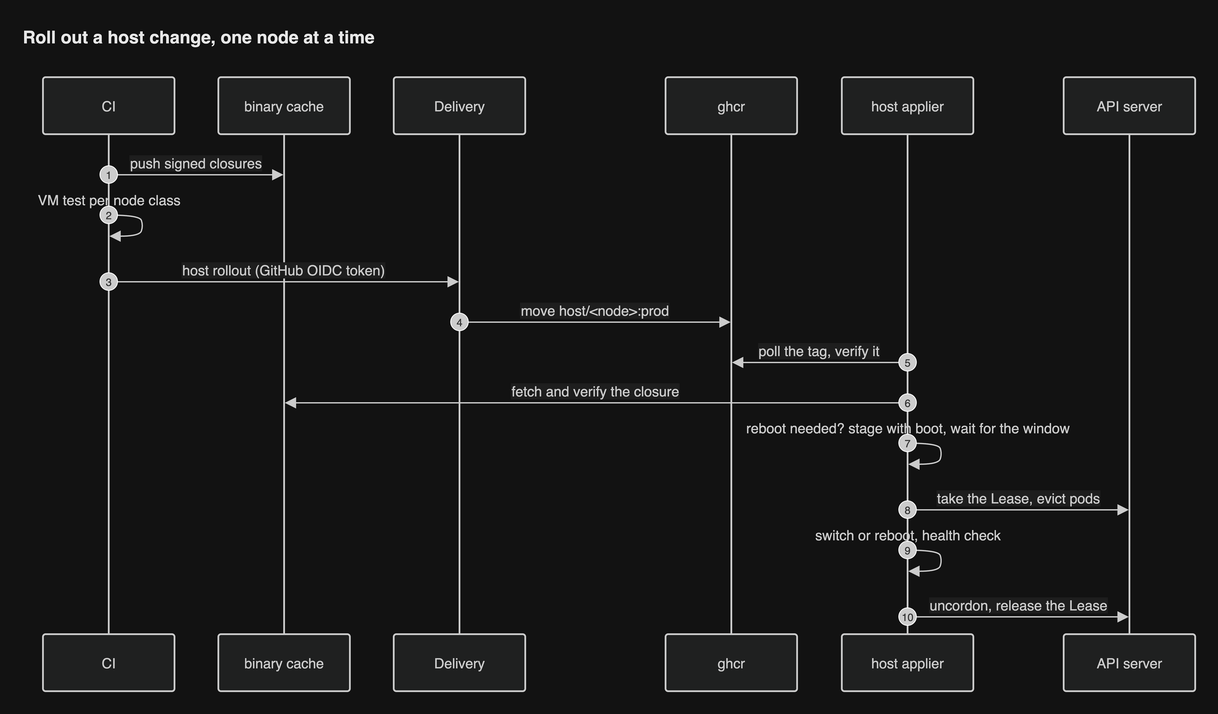
Earlier version of the draw.io export docs/diagrams/png/seq-host-rollout.png (JorisJonkers-dev/estate-kit). Source tidied: cells renumbered, new cells last; positions are measured from the earlier drawing's top-left corner, leaving out a move shared by most shapes.
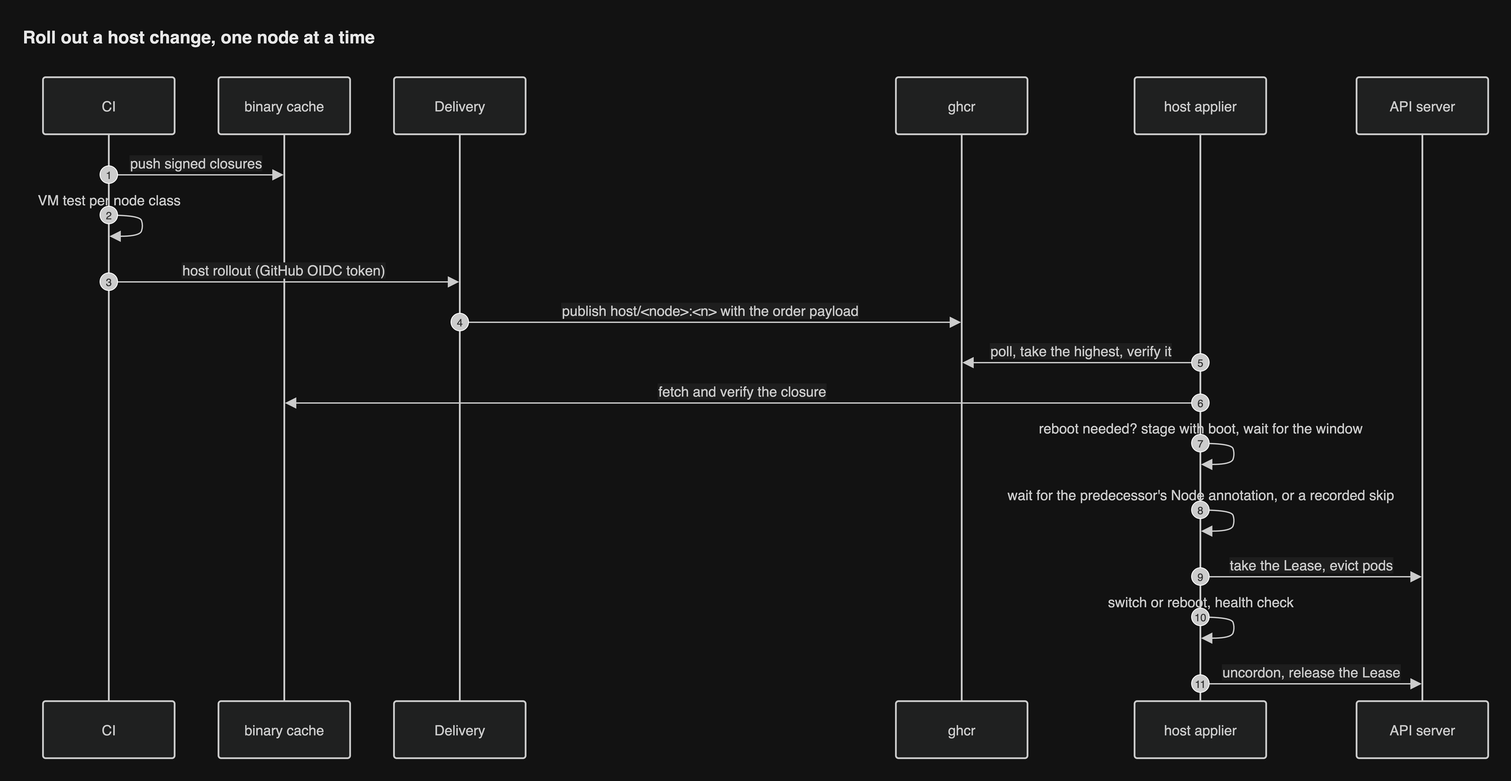
After the commit.

What changed in the source:
```diff
@@ -3,22 +3,22 @@
     <mxCell id="0" />
     <mxCell id="1" parent="0" />
     <mxCell id="2" value="CI" style="html=1;shape=umlLifeline;perimeter=lifelinePerimeter;whiteSpace=wrap;outlineConnect=0;portConstraint=eastwest;newEdgeStyle={&quot;edgeStyle&quot;:&quot;sequenceEdgeStyle&quot;,&quot;libavoidRouting&quot;:0,&quot;curved&quot;:0,&quot;rounded&quot;:0};lifelineDashed=0;strokeWidth=2;rounded=1;absoluteArcSize=1;arcSize=6;lifelineColor=light-dark(#9370DB,#cccccc);size=65;lifelineMirror=1;fillColor=light-dark(#ECECFF,#1f2020);strokeColor=light-dark(#9370DB,#cccccc);fontColor=light-dark(#333333,#cccccc);fontSize=16;fontFamily=Helvetica;" parent="1" vertex="1">
-      <mxGeometry x="25" y="64" width="150" height="700" as="geometry" />
+      <mxGeometry x="25" y="64" width="150" height="776" as="geometry" />
     </mxCell>
     <mxCell id="3" value="binary cache" style="html=1;shape=umlLifeline;perimeter=lifelinePerimeter;whiteSpace=wrap;outlineConnect=0;portConstraint=eastwest;newEdgeStyle={&quot;edgeStyle&quot;:&quot;sequenceEdgeStyle&quot;,&quot;libavoidRouting&quot;:0,&quot;curved&quot;:0,&quot;rounded&quot;:0};lifelineDashed=0;strokeWidth=2;rounded=1;absoluteArcSize=1;arcSize=6;lifelineColor=light-dark(#9370DB,#cccccc);size=65;lifelineMirror=1;fillColor=light-dark(#ECECFF,#1f2020);strokeColor=light-dark(#9370DB,#cccccc);fontColor=light-dark(#333333,#cccccc);fontSize=16;fontFamily=Helvetica;" parent="1" vertex="1">
-      <mxGeometry x="225" y="64" width="150" height="700" as="geometry" />
+      <mxGeometry x="225" y="64" width="150" height="776" as="geometry" />
     </mxCell>
     <mxCell id="4" value="Delivery" style="html=1;shape=umlLifeline;perimeter=lifelinePerimeter;whiteSpace=wrap;outlineConnect=0;portConstraint=eastwest;newEdgeStyle={&quot;edgeStyle&quot;:&quot;sequenceEdgeStyle&quot;,&quot;libavoidRouting&quot;:0,&quot;curved&quot;:0,&quot;rounded&quot;:0};lifelineDashed=0;strokeWidth=2;rounded=1;absoluteArcSize=1;arcSize=6;lifelineColor=light-dark(#9370DB,#cccccc);size=65;lifelineMirror=1;fillColor=light-dark(#ECECFF,#1f2020);strokeColor=light-dark(#9370DB,#cccccc);fontColor=light-dark(#333333,#cccccc);fontSize=16;fontFamily=Helvetica;" parent="1" vertex="1">
-      <mxGeometry x="425" y="64" width="150" height="700" as="geometry" />
+      <mxGeometry x="425" y="64" width="150" height="776" as="geometry" />
     </mxCell>
     <mxCell id="5" value="ghcr" style="html=1;shape=umlLifeline;perimeter=lifelinePerimeter;whiteSpace=wrap;outlineConnect=0;portConstraint=eastwest;newEdgeStyle={&quot;edgeStyle&quot;:&quot;sequenceEdgeStyle&quot;,&quot;libavoidRouting&quot;:0,&quot;curved&quot;:0,&quot;rounded&quot;:0};lifelineDashed=0;strokeWidth=2;rounded=1;absoluteArcSize=1;arcSize=6;lifelineColor=light-dark(#9370DB,#cccccc);size=65;lifelineMirror=1;fillColor=light-dark(#ECECFF,#1f2020);strokeColor=light-dark(#9370DB,#cccccc);fontColor=light-dark(#333333,#cccccc);fontSize=16;fontFamily=Helvetica;" parent="1" vertex="1">
-      <mxGeometry x="735" y="64" width="150" height="700" as="geometry" />
+      <mxGeometry x="997" y="64" width="150" height="776" as="geometry" />
     </mxCell>
     <mxCell id="6" value="host applier" style="html=1;shape=umlLifeline;perimeter=lifelinePerimeter;whiteSpace=wrap;outlineConnect=0;portConstraint=eastwest;newEdgeStyle={&quot;edgeStyle&quot;:&quot;sequenceEdgeStyle&quot;,&quot;libavoidRouting&quot;:0,&quot;curved&quot;:0,&quot;rounded&quot;:0};lifelineDashed=0;strokeWidth=2;rounded=1;absoluteArcSize=1;arcSize=6;lifelineColor=light-dark(#9370DB,#cccccc);size=65;lifelineMirror=1;fillColor=light-dark(#ECECFF,#1f2020);strokeColor=light-dark(#9370DB,#cccccc);fontColor=light-dark(#333333,#cccccc);fontSize=16;fontFamily=Helvetica;" parent="1" vertex="1">
-      <mxGeometry x="936" y="64" width="150" height="700" as="geometry" />
+      <mxGeometry x="1269" y="64" width="150" height="776" as="geometry" />
     </mxCell>
     <mxCell id="7" value="API server" style="html=1;shape=umlLifeline;perimeter=lifelinePerimeter;whiteSpace=wrap;outlineConnect=0;portConstraint=eastwest;newEdgeStyle={&quot;edgeStyle&quot;:&quot;sequenceEdgeStyle&quot;,&quot;libavoidRouting&quot;:0,&quot;curved&quot;:0,&quot;rounded&quot;:0};lifelineDashed=0;strokeWidth=2;rounded=1;absoluteArcSize=1;arcSize=6;lifelineColor=light-dark(#9370DB,#cccccc);size=65;lifelineMirror=1;fillColor=light-dark(#ECECFF,#1f2020);strokeColor=light-dark(#9370DB,#cccccc);fontColor=light-dark(#333333,#cccccc);fontSize=16;fontFamily=Helvetica;" parent="1" vertex="1">
-      <mxGeometry x="1189" y="64" width="150" height="700" as="geometry" />
+      <mxGeometry x="1522" y="64" width="150" height="776" as="geometry" />
     </mxCell>
     <mxCell id="8" value="push signed closures" style="endArrow=block;endSize=9;verticalAlign=bottom;spacingBottom=2;edgeStyle=sequenceEdgeStyle;libavoidRouting=0;curved=0;rounded=0;fontSize=16;strokeWidth=1.5;strokeColor=light-dark(#333333,#cccccc);fontColor=light-dark(#333333,#cccccc);fontFamily=Helvetica;labelBackgroundColor=light-dark(#ffffff,#1e1e1e);" parent="1" edge="1" source="2" target="3">
       <mxGeometry relative="1" as="geometry">
@@ -55,88 +55,103 @@
     <mxCell id="14" value="3" style="ellipse;fillColor=light-dark(#333333,#cccccc);align=center;verticalAlign=middle;fontColor=light-dark(#FFFFFF,#333333);fontSize=12;fontFamily=Helvetica;" parent="1" vertex="1">
       <mxGeometry x="90" y="287" width="20" height="20" as="geometry" />
     </mxCell>
-    <mxCell id="15" value="move host/&lt;node&gt;:prod" style="endArrow=block;endSize=9;verticalAlign=bottom;spacingBottom=2;edgeStyle=sequenceEdgeStyle;libavoidRouting=0;curved=0;rounded=0;fontSize=16;strokeWidth=1.5;strokeColor=light-dark(#333333,#cccccc);fontColor=light-dark(#333333,#cccccc);fontFamily=Helvetica;labelBackgroundColor=light-dark(#ffffff,#1e1e1e);" parent="1" edge="1" source="4" target="5">
+    <mxCell id="15" value="publish host/&lt;node&gt;:&lt;n&gt; with the order payload" style="endArrow=block;endSize=9;verticalAlign=bottom;spacingBottom=2;edgeStyle=sequenceEdgeStyle;libavoidRouting=0;curved=0;rounded=0;fontSize=16;strokeWidth=1.5;strokeColor=light-dark(#333333,#cccccc);fontColor=light-dark(#333333,#cccccc);fontFamily=Helvetica;labelBackgroundColor=light-dark(#ffffff,#1e1e1e);" parent="1" edge="1" source="4" target="5">
       <mxGeometry relative="1" as="geometry">
         <Array as="points">
-          <mxPoint x="655" y="343" />
+          <mxPoint x="786" y="343" />
         </Array>
       </mxGeometry>
     </mxCell>
     <mxCell id="16" value="4" style="ellipse;fillColor=light-dark(#333333,#cccccc);align=center;verticalAlign=middle;fontColor=light-dark(#FFFFFF,#333333);fontSize=12;fontFamily=Helvetica;" parent="1" vertex="1">
       <mxGeometry x="490" y="333" width="20" height="20" as="geometry" />
     </mxCell>
-    <mxCell id="17" value="poll the tag, verify it" style="endArrow=block;endSize=9;verticalAlign=bottom;spacingBottom=2;edgeStyle=sequenceEdgeStyle;libavoidRouting=0;curved=0;rounded=0;fontSize=16;strokeWidth=1.5;strokeColor=light-dark(#333333,#cccccc);fontColor=light-dark(#333333,#cccccc);fontFamily=Helvetica;labelBackgroundColor=light-dark(#ffffff,#1e1e1e);" parent="1" edge="1" source="6" target="5">
+    <mxCell id="17" value="poll, take the highest, verify it" style="endArrow=block;endSize=9;verticalAlign=bottom;spacingBottom=2;edgeStyle=sequenceEdgeStyle;libavoidRouting=0;curved=0;rounded=0;fontSize=16;strokeWidth=1.5;strokeColor=light-dark(#333333,#cccccc);fontColor=light-dark(#333333,#cccccc);fontFamily=Helvetica;labelBackgroundColor=light-dark(#ffffff,#1e1e1e);" parent="1" edge="1" source="6" target="5">
       <mxGeometry relative="1" as="geometry">
         <Array as="points">
-          <mxPoint x="911" y="389" />
+          <mxPoint x="1208" y="389" />
         </Array>
       </mxGeometry>
     </mxCell>
     <mxCell id="18" value="5" style="ellipse;fillColor=light-dark(#333333,#cccccc);align=center;verticalAlign=middle;fontColor=light-dark(#FFFFFF,#333333);fontSize=12;fontFamily=Helvetica;" parent="1" vertex="1">
-      <mxGeometry x="1001" y="379" width="20" height="20" as="geometry" />
+      <mxGeometry x="1334" y="379" width="20" height="20" as="geometry" />
     </mxCell>
     <mxCell id="19" value="fetch and verify the closure" style="endArrow=block;endSize=9;verticalAlign=bottom;spacingBottom=2;edgeStyle=sequenceEdgeStyle;libavoidRouting=0;curved=0;rounded=0;fontSize=16;strokeWidth=1.5;strokeColor=light-dark(#333333,#cccccc);fontColor=light-dark(#333333,#cccccc);fontFamily=Helvetica;labelBackgroundColor=light-dark(#ffffff,#1e1e1e);" parent="1" edge="1" source="6" target="3">
       <mxGeometry relative="1" as="geometry">
         <Array as="points">
-          <mxPoint x="656" y="435" />
+          <mxPoint x="822" y="435" />
         </Array>
       </mxGeometry>
     </mxCell>
     <mxCell id="20" value="6" style="ellipse;fillColor=light-dark(#333333,#cccccc);align=center;verticalAlign=middle;fontColor=light-dark(#FFFFFF,#333333);fontSize=12;fontFamily=Helvetica;" parent="1" vertex="1">
-      <mxGeometry x="1001" y="425" width="20" height="20" as="geometry" />
+      <mxGeometry x="1334" y="425" width="20" height="20" as="geometry" />
     </mxCell>
     <mxCell id="21" style="edgeStyle=sequenceEdgeStyle;libavoidRouting=0;curved=1;endArrow=block;endSize=9;verticalAlign=bottom;align=center;fontSize=16;strokeWidth=1.5;strokeColor=light-dark(#333333,#cccccc);fontColor=light-dark(#333333,#cccccc);fontFamily=Helvetica;labelBackgroundColor=light-dark(#ffffff,#1e1e1e);" parent="1" edge="1" source="6" target="6">
       <mxGeometry relative="1" as="geometry">
         <Array as="points">
-          <mxPoint x="1046" y="481" />
-          <mxPoint x="1050" y="493" />
-          <mxPoint x="1046" y="505" />
+          <mxPoint x="1379" y="481" />
+          <mxPoint x="1383" y="493" />
+          <mxPoint x="1379" y="505" />
         </Array>
       </mxGeometry>
     </mxCell>
     <mxCell id="22" value="reboot needed? stage with boot, wait for the window" style="text;html=1;strokeColor=none;fillColor=none;align=center;verticalAlign=middle;fontSize=16;fontColor=light-dark(#333333,#cccccc);fontFamily=Helvetica;" parent="1" vertex="1">
-      <mxGeometry x="911" y="455" width="200" height="18" as="geometry" />
+      <mxGeometry x="1244" y="455" width="200" height="18" as="geometry" />
     </mxCell>
     <mxCell id="23" value="7" style="ellipse;fillColor=light-dark(#333333,#cccccc);align=center;verticalAlign=middle;fontColor=light-dark(#FFFFFF,#333333);fontSize=12;fontFamily=Helvetica;" parent="1" vertex="1">
-      <mxGeometry x="1001" y="471" width="20" height="20" as="geometry" />
+      <mxGeometry x="1334" y="471" width="20" height="20" as="geometry" />
     </mxCell>
-    <mxCell id="24" value="take the Lease, evict pods" style="endArrow=block;endSize=9;verticalAlign=bottom;spacingBottom=2;edgeStyle=sequenceEdgeStyle;libavoidRouting=0;curved=0;rounded=0;fontSize=16;strokeWidth=1.5;strokeColor=light-dark(#333333,#cccccc);fontColor=light-dark(#333333,#cccccc);fontFamily=Helvetica;labelBackgroundColor=light-dark(#ffffff,#1e1e1e);" parent="1" edge="1" source="6" target="7">
+    <mxCell id="24" style="edgeStyle=sequenceEdgeStyle;libavoidRouting=0;curved=1;endArrow=block;endSize=9;verticalAlign=bottom;align=center;fontSize=16;strokeWidth=1.5;strokeColor=light-dark(#333333,#cccccc);fontColor=light-dark(#333333,#cccccc);fontFamily=Helvetica;labelBackgroundColor=light-dark(#ffffff,#1e1e1e);" parent="1" edge="1" source="6" target="6">
       <mxGeometry relative="1" as="geometry">
         <Array as="points">
-          <mxPoint x="1138" y="557" />
+          <mxPoint x="1379" y="557" />
+          <mxPoint x="1383" y="569" />
+          <mxPoint x="1379" y="581" />
         </Array>
       </mxGeometry>
     </mxCell>
-    <mxCell id="25" value="8" style="ellipse;fillColor=light-dark(#333333,#cccccc);align=center;verticalAlign=middle;fontColor=light-dark(#FFFFFF,#333333);fontSize=12;fontFamily=Helvetica;" parent="1" vertex="1">
-      <mxGeometry x="1001" y="547" width="20" height="20" as="geometry" />
+    <mxCell id="25" value="wait for the predecessor's Node annotation, or a recorded skip" style="text;html=1;strokeColor=none;fillColor=none;align=center;verticalAlign=middle;fontSize=16;fontColor=light-dark(#333333,#cccccc);fontFamily=Helvetica;" parent="1" vertex="1">
+      <mxGeometry x="1244" y="531" width="200" height="18" as="geometry" />
     </mxCell>
-    <mxCell id="26" style="edgeStyle=sequenceEdgeStyle;libavoidRouting=0;curved=1;endArrow=block;endSize=9;verticalAlign=bottom;align=center;fontSize=16;strokeWidth=1.5;strokeColor=light-dark(#333333,#cccccc);fontColor=light-dark(#333333,#cccccc);fontFamily=Helvetica;labelBackgroundColor=light-dark(#ffffff,#1e1e1e);" parent="1" edge="1" source="6" target="6">
-      <mxGeometry relative="1" as="geometry">
-        <Array as="points">
-          <mxPoint x="1046" y="603" />
-          <mxPoint x="1050" y="615" />
-          <mxPoint x="1046" y="627" />
-        </Array>
-      </mxGeometry>
+    <mxCell id="26" value="8" style="ellipse;fillColor=light-dark(#333333,#cccccc);align=center;verticalAlign=middle;fontColor=light-dark(#FFFFFF,#333333);fontSize=12;fontFamily=Helvetica;" parent="1" vertex="1">
+      <mxGeometry x="1334" y="547" width="20" height="20" as="geometry" />
     </mxCell>
-    <mxCell id="27" value="switch or reboot, health check" style="text;html=1;strokeColor=none;fillColor=none;align=center;verticalAlign=middle;fontSize=16;fontColor=light-dark(#333333,#cccccc);fontFamily=Helvetica;" parent="1" vertex="1">
-      <mxGeometry x="911" y="577" width="200" height="18" as="geometry" />
+    <mxCell id="27" value="take the Lease, evict pods" style="endArrow=block;endSize=9;verticalAlign=bottom;spacingBottom=2;edgeStyle=sequenceEdgeStyle;libavoidRouting=0;curved=0;rounded=0;fontSize=16;strokeWidth=1.5;strokeColor=light-dark(#333333,#cccccc);fontColor=light-dark(#333333,#cccccc);fontFamily=Helvetica;labelBackgroundColor=light-dark(#ffffff,#1e1e1e);" parent="1" edge="1" source="6" target="7">
+      <mxGeometry relative="1" as="geometry">
+        <Array as="points">
+          <mxPoint x="1471" y="633" />
+        </Array>
+      </mxGeometry>
     </mxCell>
     <mxCell id="28" value="9" style="ellipse;fillColor=light-dark(#333333,#cccccc);align=center;verticalAlign=middle;fontColor=light-dark(#FFFFFF,#333333);fontSize=12;fontFamily=Helvetica;" parent="1" vertex="1">
-      <mxGeometry x="1001" y="593" width="20" height="20" as="geometry" />
+      <mxGeometry x="1334" y="623" width="20" height="20" as="geometry" />
     </mxCell>
-    <mxCell id="29" value="uncordon, release the Lease" style="endArrow=block;endSize=9;verticalAlign=bottom;spacingBottom=2;edgeStyle=sequenceEdgeStyle;libavoidRouting=0;curved=0;rounded=0;fontSize=16;strokeWidth=1.5;strokeColor=light-dark(#333333,#cccccc);fontColor=light-dark(#333333,#cccccc);fontFamily=Helvetica;labelBackgroundColor=light-dark(#ffffff,#1e1e1e);" parent="1" edge="1" source="6" target="7">
+    <mxCell id="29" style="edgeStyle=sequenceEdgeStyle;libavoidRouting=0;curved=1;endArrow=block;endSize=9;verticalAlign=bottom;align=center;fontSize=16;strokeWidth=1.5;strokeColor=light-dark(#333333,#cccccc);fontColor=light-dark(#333333,#cccccc);fontFamily=Helvetica;labelBackgroundColor=light-dark(#ffffff,#1e1e1e);" parent="1" edge="1" source="6" target="6">
       <mxGeometry relative="1" as="geometry">
         <Array as="points">
-          <mxPoint x="1138" y="679" />
+          <mxPoint x="1379" y="679" />
+          <mxPoint x="1383" y="691" />
+          <mxPoint x="1379" y="703" />
         </Array>
       </mxGeometry>
     </mxCell>
-    <mxCell id="30" value="10" style="ellipse;fillColor=light-dark(#333333,#cccccc);align=center;verticalAlign=middle;fontColor=light-dark(#FFFFFF,#333333);fontSize=12;fontFamily=Helvetica;" parent="1" vertex="1">
-      <mxGeometry x="1001" y="669" width="20" height="20" as="geometry" />
+    <mxCell id="30" value="switch or reboot, health check" style="text;html=1;strokeColor=none;fillColor=none;align=center;verticalAlign=middle;fontSize=16;fontColor=light-dark(#333333,#cccccc);fontFamily=Helvetica;" parent="1" vertex="1">
+      <mxGeometry x="1244" y="653" width="200" height="18" as="geometry" />
     </mxCell>
+    <mxCell id="32" value="10" style="ellipse;fillColor=light-dark(#333333,#cccccc);align=center;verticalAlign=middle;fontColor=light-dark(#FFFFFF,#333333);fontSize=12;fontFamily=Helvetica;" parent="1" vertex="1">
+      <mxGeometry x="1334" y="669" width="20" height="20" as="geometry" />
+    </mxCell>
+    <mxCell id="33" value="uncordon, release the Lease" style="endArrow=block;endSize=9;verticalAlign=bottom;spacingBottom=2;edgeStyle=sequenceEdgeStyle;libavoidRouting=0;curved=0;rounded=0;fontSize=16;strokeWidth=1.5;strokeColor=light-dark(#333333,#cccccc);fontColor=light-dark(#333333,#cccccc);fontFamily=Helvetica;labelBackgroundColor=light-dark(#ffffff,#1e1e1e);" parent="1" edge="1" source="6" target="7">
+      <mxGeometry relative="1" as="geometry">
+        <Array as="points">
+          <mxPoint x="1471" y="755" />
+        </Array>
+      </mxGeometry>
+    </mxCell>
+    <mxCell id="34" value="11" style="ellipse;fillColor=light-dark(#333333,#cccccc);align=center;verticalAlign=middle;fontColor=light-dark(#FFFFFF,#333333);fontSize=12;fontFamily=Helvetica;" parent="1" vertex="1">
+      <mxGeometry x="1334" y="745" width="20" height="20" as="geometry" />
+    </mxCell>
     <mxCell id="31" value="Roll out a host change, one node at a time" style="text;html=1;whiteSpace=wrap;align=left;verticalAlign=middle;fontSize=20;fontStyle=1;fontColor=light-dark(#1a1a1a,#e8e8e8);fontFamily=Helvetica;" parent="1" vertex="1">
-      <mxGeometry width="1339" height="36" as="geometry" />
+      <mxGeometry width="1672" height="36" as="geometry" />
     </mxCell>
   </root>
 </mxGraphModel>
```
